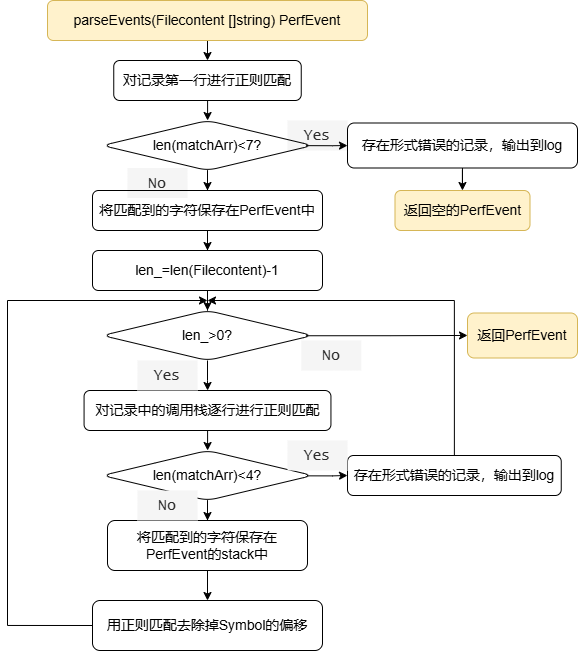
This is parseEvent.drawio.png from Dong-J93/os_pic2024, a draw.io export, as it was before one commit. Source tidied: cells renumbered, new cells last; positions are measured from the earlier drawing's top-left corner, leaving out a move shared by most shapes.
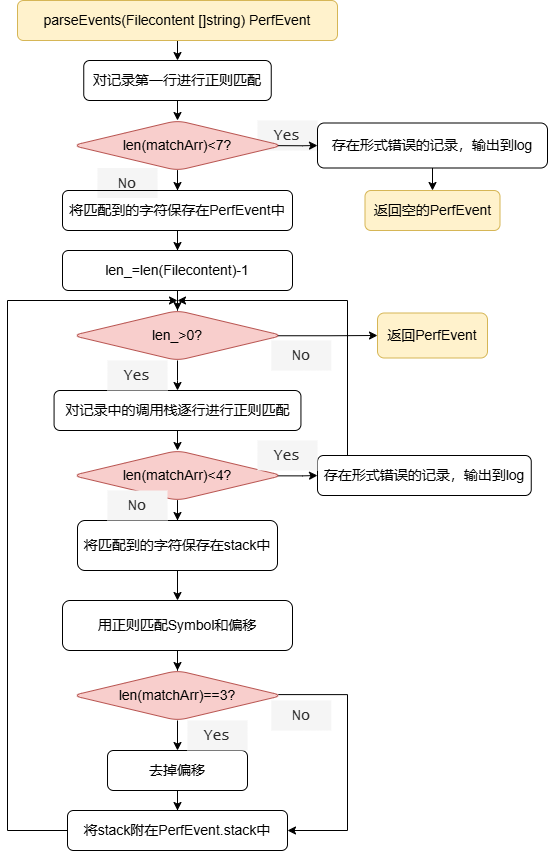
After the commit.

The edit, as a diff of the source:
```diff
@@ -20,7 +20,7 @@
     <mxCell id="7" style="edgeStyle=orthogonalEdgeStyle;rounded=0;jettySize=auto;html=1;" parent="1" edge="1" source="8" target="15">
       <mxGeometry relative="1" as="geometry" />
     </mxCell>
-    <mxCell id="8" value="&lt;font style=&quot;font-size: 14px;&quot;&gt;len(matchArr)&amp;lt;7?&lt;/font&gt;" style="rhombus;whiteSpace=wrap;html=1;fillColor=none;rounded=1;" parent="1" vertex="1">
+    <mxCell id="8" value="&lt;font style=&quot;font-size: 14px;&quot;&gt;len(matchArr)&amp;lt;7?&lt;/font&gt;" style="rhombus;whiteSpace=wrap;html=1;fillColor=#f8cecc;rounded=1;strokeColor=#b85450;" parent="1" vertex="1">
       <mxGeometry x="95" y="120" width="210" height="50" as="geometry" />
     </mxCell>
     <mxCell id="9" style="edgeStyle=orthogonalEdgeStyle;rounded=0;jettySize=auto;html=1;entryX=0.5;entryY=0;entryDx=0;entryDy=0;" parent="1" edge="1" source="10">
@@ -52,14 +52,15 @@
     <mxCell id="17" style="edgeStyle=orthogonalEdgeStyle;rounded=0;jettySize=auto;html=1;" parent="1" edge="1" source="18" target="30">
       <mxGeometry relative="1" as="geometry" />
     </mxCell>
-    <mxCell id="18" value="&lt;font style=&quot;font-size: 14px;&quot;&gt;len(matchArr)&amp;lt;4?&lt;/font&gt;" style="rhombus;whiteSpace=wrap;html=1;fillColor=none;rounded=1;" parent="1" vertex="1">
+    <mxCell id="18" value="&lt;font style=&quot;font-size: 14px;&quot;&gt;len(matchArr)&amp;lt;4?&lt;/font&gt;" style="rhombus;whiteSpace=wrap;html=1;fillColor=#f8cecc;rounded=1;strokeColor=#b85450;" parent="1" vertex="1">
       <mxGeometry x="95" y="450" width="210" height="50" as="geometry" />
     </mxCell>
     <mxCell id="19" style="edgeStyle=orthogonalEdgeStyle;rounded=0;jettySize=auto;html=1;exitX=0.5;exitY=0;exitDx=0;exitDy=0;curved=0;" parent="1" edge="1" source="20">
       <mxGeometry relative="1" as="geometry">
         <mxPoint x="200" y="300" as="targetPoint" />
         <Array as="points">
-          <mxPoint x="447" y="300" />
+          <mxPoint x="370" y="455" />
+          <mxPoint x="370" y="300" />
         </Array>
       </mxGeometry>
     </mxCell>
@@ -78,7 +79,7 @@
     <mxCell id="24" style="edgeStyle=orthogonalEdgeStyle;rounded=0;jettySize=auto;html=1;exitX=0.969;exitY=0.505;exitDx=0;exitDy=0;exitPerimeter=0;" parent="1" edge="1" source="25" target="33">
       <mxGeometry relative="1" as="geometry" />
     </mxCell>
-    <mxCell id="25" value="&lt;font style=&quot;font-size: 14px;&quot;&gt;len_&amp;gt;0?&lt;/font&gt;" style="rhombus;whiteSpace=wrap;html=1;fillColor=none;rounded=1;" parent="1" vertex="1">
+    <mxCell id="25" value="&lt;font style=&quot;font-size: 14px;&quot;&gt;len_&amp;gt;0?&lt;/font&gt;" style="rhombus;whiteSpace=wrap;html=1;fillColor=#f8cecc;rounded=1;strokeColor=#b85450;" parent="1" vertex="1">
       <mxGeometry x="95" y="310" width="210" height="50" as="geometry" />
     </mxCell>
     <mxCell id="26" style="edgeStyle=orthogonalEdgeStyle;rounded=0;jettySize=auto;html=1;" parent="1" edge="1" source="27" target="25">
@@ -93,23 +94,17 @@
     <mxCell id="29" style="edgeStyle=orthogonalEdgeStyle;rounded=0;jettySize=auto;html=1;" parent="1" edge="1" source="30" target="32">
       <mxGeometry relative="1" as="geometry" />
     </mxCell>
-    <mxCell id="30" value="&lt;span style=&quot;font-size: 14px;&quot;&gt;将匹配到的字符保存在PerfEvent的stack中&lt;/span&gt;" style="whiteSpace=wrap;html=1;fillColor=none;rounded=1;" parent="1" vertex="1">
+    <mxCell id="30" value="&lt;span style=&quot;font-size: 14px;&quot;&gt;将匹配到的字符保存在stack中&lt;/span&gt;" style="whiteSpace=wrap;html=1;fillColor=none;rounded=1;" parent="1" vertex="1">
       <mxGeometry x="100" y="520" width="200" height="50" as="geometry" />
     </mxCell>
-    <mxCell id="31" style="edgeStyle=orthogonalEdgeStyle;rounded=0;jettySize=auto;html=1;exitX=0;exitY=0.5;exitDx=0;exitDy=0;" parent="1" edge="1" source="32">
-      <mxGeometry relative="1" as="geometry">
-        <mxPoint x="200" y="300" as="targetPoint" />
-        <Array as="points">
-          <mxPoint y="625" />
-          <mxPoint y="300" />
-        </Array>
-      </mxGeometry>
-    </mxCell>
+    <mxCell id="37" style="edgeStyle=orthogonalEdgeStyle;rounded=0;jettySize=auto;html=1;" parent="1" edge="1" source="32" target="40">
+      <mxGeometry relative="1" as="geometry" />
+    </mxCell>
-    <mxCell id="32" value="&lt;span style=&quot;font-size: 14px;&quot;&gt;用正则匹配去除掉Symbol的偏移&lt;/span&gt;" style="whiteSpace=wrap;html=1;fillColor=none;rounded=1;" parent="1" vertex="1">
+    <mxCell id="32" value="&lt;span style=&quot;font-size: 14px;&quot;&gt;用正则匹配Symbol和偏移&lt;/span&gt;" style="whiteSpace=wrap;html=1;fillColor=none;rounded=1;" parent="1" vertex="1">
       <mxGeometry x="85" y="600" width="230" height="50" as="geometry" />
     </mxCell>
     <mxCell id="33" value="&lt;font style=&quot;font-size: 14px;&quot;&gt;返回PerfEvent&lt;/font&gt;" style="whiteSpace=wrap;html=1;fillColor=#fff2cc;rounded=1;strokeColor=#d6b656;" parent="1" vertex="1">
-      <mxGeometry x="460" y="312.5" width="110" height="45" as="geometry" />
+      <mxGeometry x="400" y="312.5" width="110" height="45" as="geometry" />
     </mxCell>
     <mxCell id="34" value="&lt;font face=&quot;Lucida Console&quot; color=&quot;#2e2e2e&quot;&gt;&lt;span style=&quot;font-size: 15px;&quot;&gt;No&lt;/span&gt;&lt;/font&gt;" style="text;html=1;align=center;verticalAlign=middle;whiteSpace=wrap;rounded=0;fontColor=#333333;fillColor=#f5f5f5;strokeColor=none;" parent="1" vertex="1">
       <mxGeometry x="293.8" y="340" width="60" height="30" as="geometry" />
@@ -120,5 +115,43 @@
     <mxCell id="36" value="&lt;font face=&quot;Lucida Console&quot; color=&quot;#2e2e2e&quot;&gt;&lt;span style=&quot;font-size: 15px;&quot;&gt;Yes&lt;/span&gt;&lt;/font&gt;" style="text;html=1;align=center;verticalAlign=middle;whiteSpace=wrap;rounded=0;fontColor=#333333;fillColor=#f5f5f5;strokeColor=none;" parent="1" vertex="1">
       <mxGeometry x="280" y="440" width="60" height="30" as="geometry" />
     </mxCell>
+    <mxCell id="38" style="edgeStyle=orthogonalEdgeStyle;rounded=0;jettySize=auto;html=1;" parent="1" edge="1" source="40" target="42">
+      <mxGeometry relative="1" as="geometry" />
+    </mxCell>
+    <mxCell id="39" style="edgeStyle=orthogonalEdgeStyle;rounded=0;jettySize=auto;html=1;exitX=0.98;exitY=0.482;exitDx=0;exitDy=0;entryX=1;entryY=0.5;entryDx=0;entryDy=0;exitPerimeter=0;" parent="1" edge="1" source="40" target="45">
+      <mxGeometry relative="1" as="geometry">
+        <Array as="points">
+          <mxPoint x="370" y="694" />
+          <mxPoint x="370" y="830" />
+        </Array>
+      </mxGeometry>
+    </mxCell>
+    <mxCell id="40" value="&lt;font style=&quot;font-size: 14px;&quot;&gt;len(matchArr)==3?&lt;/font&gt;" style="rhombus;whiteSpace=wrap;html=1;fillColor=#f8cecc;rounded=1;strokeColor=#b85450;" parent="1" vertex="1">
+      <mxGeometry x="95" y="670" width="210" height="50" as="geometry" />
+    </mxCell>
+    <mxCell id="41" style="edgeStyle=orthogonalEdgeStyle;rounded=0;jettySize=auto;html=1;" parent="1" edge="1" source="42" target="45">
+      <mxGeometry relative="1" as="geometry" />
+    </mxCell>
+    <mxCell id="42" value="&lt;font style=&quot;font-size: 14px;&quot;&gt;去掉偏移&lt;/font&gt;" style="whiteSpace=wrap;html=1;fillColor=none;rounded=1;" parent="1" vertex="1">
+      <mxGeometry x="130" y="750" width="140" height="40" as="geometry" />
+    </mxCell>
+    <mxCell id="43" value="&lt;font face=&quot;Lucida Console&quot; color=&quot;#2e2e2e&quot;&gt;&lt;span style=&quot;font-size: 15px;&quot;&gt;Yes&lt;/span&gt;&lt;/font&gt;" style="text;html=1;align=center;verticalAlign=middle;whiteSpace=wrap;rounded=0;fontColor=#333333;fillColor=#f5f5f5;strokeColor=none;" parent="1" vertex="1">
+      <mxGeometry x="210" y="720" width="60" height="30" as="geometry" />
+    </mxCell>
+    <mxCell id="44" style="edgeStyle=orthogonalEdgeStyle;rounded=0;jettySize=auto;html=1;exitX=0;exitY=0.5;exitDx=0;exitDy=0;" parent="1" edge="1" source="45">
+      <mxGeometry relative="1" as="geometry">
+        <mxPoint x="200" y="300" as="targetPoint" />
+        <Array as="points">
+          <mxPoint x="30" y="830" />
+          <mxPoint x="30" y="300" />
+        </Array>
+      </mxGeometry>
+    </mxCell>
+    <mxCell id="45" value="&lt;font style=&quot;font-size: 14px;&quot;&gt;将stack附在PerfEvent.stack中&lt;/font&gt;" style="whiteSpace=wrap;html=1;fillColor=none;rounded=1;" parent="1" vertex="1">
+      <mxGeometry x="90" y="810" width="220" height="40" as="geometry" />
+    </mxCell>
+    <mxCell id="46" value="&lt;font face=&quot;Lucida Console&quot; color=&quot;#2e2e2e&quot;&gt;&lt;span style=&quot;font-size: 15px;&quot;&gt;No&lt;/span&gt;&lt;/font&gt;" style="text;html=1;align=center;verticalAlign=middle;whiteSpace=wrap;rounded=0;fontColor=#333333;fillColor=#f5f5f5;strokeColor=none;" parent="1" vertex="1">
+      <mxGeometry x="293.8" y="700" width="60" height="30" as="geometry" />
+    </mxCell>
   </root>
 </mxGraphModel>
```
